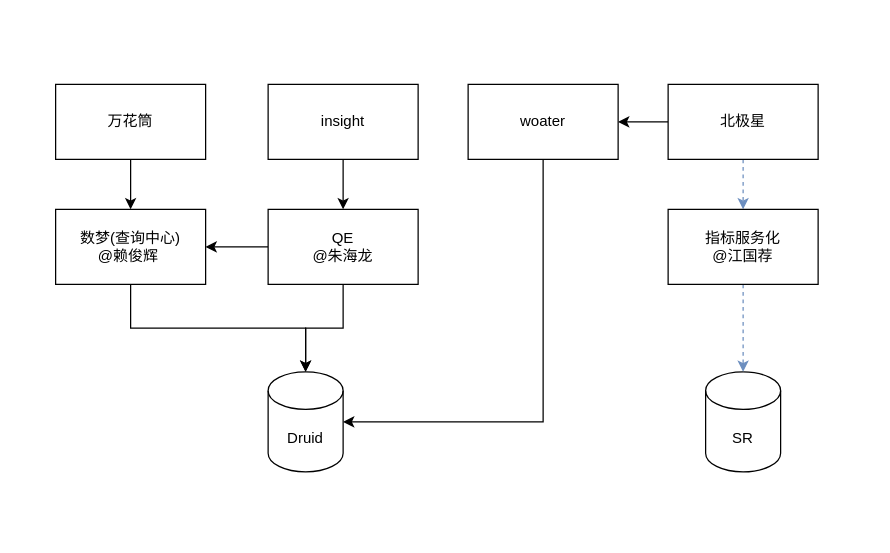
Before: Didi-wdata-sr.drawio in labud/pictures, a draw.io diagram. Source tidied: cells renumbered, new cells numbered last; positions are measured from the earlier drawing's top-left corner, leaving out a move shared by most shapes. Both pictures are drawn from the tidied source at 125%, with x=0, y=0 at pixel (55, 84).
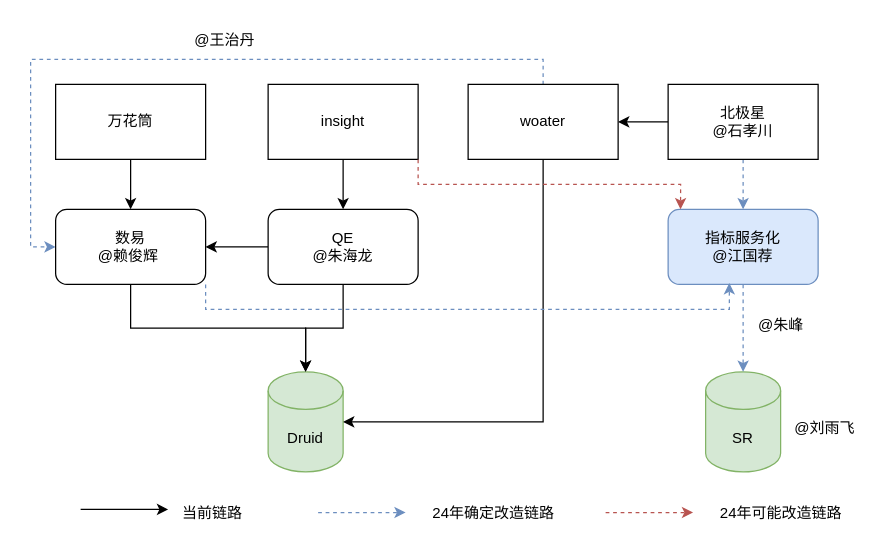
The same diagram, later.

The change refers to these unchanged cells:
```xml
<mxCell id="5" value="insight" style="rounded=0;whiteSpace=wrap;html=1;" parent="1" vertex="1">
  <mxGeometry x="170" width="120" height="60" as="geometry" />
</mxCell>
<mxCell id="6" value="woater" style="rounded=0;whiteSpace=wrap;html=1;" parent="1" vertex="1">
  <mxGeometry x="330" width="120" height="60" as="geometry" />
</mxCell>
```

The edit, as a diff of the source:
```diff
@@
+    <mxCell id="20" style="edgeStyle=orthogonalEdgeStyle;rounded=0;jettySize=auto;html=1;exitX=0.5;exitY=0;exitDx=0;exitDy=0;entryX=0;entryY=0.5;entryDx=0;entryDy=0;dashed=1;fillColor=#dae8fc;strokeColor=#6c8ebf;" parent="1" edge="1" source="6" target="11">
+      <mxGeometry relative="1" as="geometry" />
+    </mxCell>
@@
-    <mxCell id="9" value="北极星" style="rounded=0;whiteSpace=wrap;html=1;" parent="1" vertex="1">
+    <mxCell id="9" value="北极星&lt;br&gt;@石孝川" style="rounded=0;whiteSpace=wrap;html=1;" parent="1" vertex="1">
       <mxGeometry x="490" width="120" height="60" as="geometry" />
     </mxCell>
-    <mxCell id="10" value="Druid" style="shape=cylinder3;whiteSpace=wrap;html=1;boundedLbl=1;backgroundOutline=1;size=15;" parent="1" vertex="1">
+    <mxCell id="10" value="Druid" style="shape=cylinder3;whiteSpace=wrap;html=1;boundedLbl=1;backgroundOutline=1;size=15;fillColor=#d5e8d4;strokeColor=#82b366;" parent="1" vertex="1">
       <mxGeometry x="170" y="230" width="60" height="80" as="geometry" />
     </mxCell>
-    <mxCell id="11" value="数梦(查询中心)&lt;br&gt;@赖俊辉&amp;nbsp;" style="rounded=0;whiteSpace=wrap;html=1;" parent="1" vertex="1">
+    <mxCell id="11" value="数易&lt;br&gt;@赖俊辉&amp;nbsp;" style="rounded=1;whiteSpace=wrap;html=1;" parent="1" vertex="1">
       <mxGeometry y="100" width="120" height="60" as="geometry" />
     </mxCell>
@@
-    <mxCell id="14" value="QE&lt;br&gt;@朱海龙" style="rounded=0;whiteSpace=wrap;html=1;" parent="1" vertex="1">
+    <mxCell id="14" value="QE&lt;br&gt;@朱海龙" style="rounded=1;whiteSpace=wrap;html=1;" parent="1" vertex="1">
       <mxGeometry x="170" y="100" width="120" height="60" as="geometry" />
     </mxCell>
@@
-    <mxCell id="17" value="SR" style="shape=cylinder3;whiteSpace=wrap;html=1;boundedLbl=1;backgroundOutline=1;size=15;" parent="1" vertex="1">
+    <mxCell id="17" value="SR" style="shape=cylinder3;whiteSpace=wrap;html=1;boundedLbl=1;backgroundOutline=1;size=15;fillColor=#d5e8d4;strokeColor=#82b366;" parent="1" vertex="1">
       <mxGeometry x="520" y="230" width="60" height="80" as="geometry" />
     </mxCell>
@@
-    <mxCell id="19" value="指标服务化&lt;br&gt;@江国荐" style="rounded=0;whiteSpace=wrap;html=1;" parent="1" vertex="1">
+    <mxCell id="19" value="指标服务化&lt;br&gt;@江国荐" style="rounded=1;whiteSpace=wrap;html=1;glass=0;shadow=0;fillColor=#dae8fc;strokeColor=#6c8ebf;" parent="1" vertex="1">
       <mxGeometry x="490" y="100" width="120" height="60" as="geometry" />
     </mxCell>
+    <mxCell id="21" value="@朱峰" style="text;html=1;align=center;verticalAlign=middle;strokeColor=none;fillColor=none;" parent="1" vertex="1">
+      <mxGeometry x="550" y="178" width="60" height="30" as="geometry" />
+    </mxCell>
+    <mxCell id="22" value="@刘雨飞" style="text;html=1;align=center;verticalAlign=middle;strokeColor=none;fillColor=none;" parent="1" vertex="1">
+      <mxGeometry x="580" y="260" width="70" height="30" as="geometry" />
+    </mxCell>
+    <mxCell id="23" value="@王治丹" style="text;html=1;align=center;verticalAlign=middle;strokeColor=none;fillColor=none;" parent="1" vertex="1">
+      <mxGeometry x="100" y="-50" width="70" height="30" as="geometry" />
+    </mxCell>
+    <mxCell id="24" style="edgeStyle=orthogonalEdgeStyle;rounded=0;jettySize=auto;html=1;exitX=1;exitY=1;exitDx=0;exitDy=0;entryX=0.083;entryY=0;entryDx=0;entryDy=0;entryPerimeter=0;dashed=1;fillColor=#f8cecc;strokeColor=#b85450;" parent="1" edge="1" source="5" target="19">
+      <mxGeometry relative="1" as="geometry" />
+    </mxCell>
+    <mxCell id="25" style="edgeStyle=orthogonalEdgeStyle;rounded=0;jettySize=auto;html=1;exitX=1;exitY=1;exitDx=0;exitDy=0;entryX=0.408;entryY=0.983;entryDx=0;entryDy=0;entryPerimeter=0;dashed=1;fillColor=#dae8fc;strokeColor=#6c8ebf;" parent="1" edge="1" source="11" target="19">
+      <mxGeometry relative="1" as="geometry" />
+    </mxCell>
+    <mxCell id="26" style="endArrow=classic;html=1;rounded=0;" parent="1" edge="1">
+      <mxGeometry relative="1" as="geometry">
+        <mxPoint x="20" y="340" as="sourcePoint" />
+        <mxPoint x="90" y="340" as="targetPoint" />
+        <Array as="points">
+          <mxPoint x="60" y="340" />
+        </Array>
+      </mxGeometry>
+    </mxCell>
+    <mxCell id="27" value="当前链路" style="text;html=1;align=center;verticalAlign=middle;strokeColor=none;fillColor=none;" parent="1" vertex="1">
+      <mxGeometry x="90" y="328" width="70" height="30" as="geometry" />
+    </mxCell>
+    <mxCell id="28" style="endArrow=classic;html=1;rounded=0;fillColor=#dae8fc;strokeColor=#6c8ebf;dashed=1;" parent="1" edge="1">
+      <mxGeometry relative="1" as="geometry">
+        <mxPoint x="210" y="342.5" as="sourcePoint" />
+        <mxPoint x="280" y="342.5" as="targetPoint" />
+        <Array as="points">
+          <mxPoint x="250" y="342.5" />
+        </Array>
+      </mxGeometry>
+    </mxCell>
+    <mxCell id="29" value="24年确定改造链路" style="text;html=1;align=center;verticalAlign=middle;strokeColor=none;fillColor=none;" parent="1" vertex="1">
+      <mxGeometry x="290" y="328" width="120" height="30" as="geometry" />
+    </mxCell>
+    <mxCell id="30" style="endArrow=classic;html=1;rounded=0;fillColor=#f8cecc;strokeColor=#b85450;dashed=1;" parent="1" edge="1">
+      <mxGeometry relative="1" as="geometry">
+        <mxPoint x="440" y="342.5" as="sourcePoint" />
+        <mxPoint x="510" y="342.5" as="targetPoint" />
+        <Array as="points">
+          <mxPoint x="480" y="342.5" />
+        </Array>
+      </mxGeometry>
+    </mxCell>
+    <mxCell id="31" value="24年可能改造链路" style="text;html=1;align=center;verticalAlign=middle;strokeColor=none;fillColor=none;" parent="1" vertex="1">
+      <mxGeometry x="520" y="328" width="120" height="30" as="geometry" />
+    </mxCell>
```
